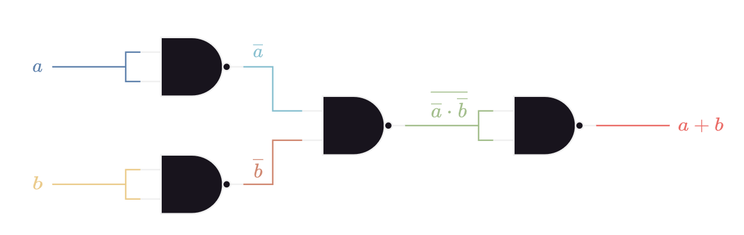
Above: Year 2/Digital Design/.assets/lgates/orwnand.png in joejo-joestar/uni-codes (draw.io), before the change. Source tidied: cells renumbered, new cells last; positions are measured from the earlier drawing's top-left corner, leaving out a move shared by most shapes. The source it was exported from:
```xml
<mxGraphModel math="1">
  <root>
    <mxCell id="0" />
    <mxCell id="1" parent="0" />
    <mxCell id="2" value="$$&lt;br&gt;\overline {\overline&amp;nbsp;a \cdot \overline&amp;nbsp;b}&lt;br&gt;$$" style="text;html=1;align=center;verticalAlign=middle;strokeColor=none;fillColor=none;fontColor=#A3BE8C;" parent="1" vertex="1">
      <mxGeometry x="190" y="37" width="220" height="60" as="geometry" />
    </mxCell>
    <mxCell id="3" style="verticalLabelPosition=bottom;shadow=0;dashed=0;align=center;html=1;verticalAlign=top;shape=mxgraph.electrical.logic_gates.logic_gate;operation=and;negating=1;negSize=0.15;" parent="1" vertex="1">
      <mxGeometry x="200" y="60" width="70" height="40" as="geometry" />
    </mxCell>
    <mxCell id="4" value="$$&lt;br&gt;a&lt;br&gt;$$" style="text;html=1;align=center;verticalAlign=middle;strokeColor=none;fillColor=none;fontColor=#5E81AC;" parent="1" vertex="1">
      <mxGeometry y="10" width="40" height="60" as="geometry" />
    </mxCell>
    <mxCell id="5" style="edgeStyle=orthogonalEdgeStyle;rounded=0;orthogonalLoop=1;jettySize=auto;html=1;exitX=0;exitY=0.5;exitDx=0;exitDy=0;exitPerimeter=0;endArrow=none;endFill=0;strokeColor=#5E81AC;fontColor=#5E81AC;" parent="1" edge="1">
      <mxGeometry relative="1" as="geometry">
        <mxPoint x="80" y="40" as="sourcePoint" />
        <mxPoint x="30" y="40" as="targetPoint" />
      </mxGeometry>
    </mxCell>
    <mxCell id="6" style="edgeStyle=orthogonalEdgeStyle;rounded=0;orthogonalLoop=1;jettySize=auto;html=1;exitX=1;exitY=0.5;exitDx=0;exitDy=0;exitPerimeter=0;endArrow=none;endFill=0;strokeColor=#A3BE8C;" parent="1" edge="1">
      <mxGeometry relative="1" as="geometry">
        <mxPoint x="270" y="80" as="sourcePoint" />
        <mxPoint x="320" y="80" as="targetPoint" />
      </mxGeometry>
    </mxCell>
    <mxCell id="7" value="$$&lt;br&gt;b&lt;br&gt;$$" style="text;html=1;align=center;verticalAlign=middle;strokeColor=none;fillColor=none;fontColor=#EBCB8B;" parent="1" vertex="1">
      <mxGeometry y="90" width="40" height="60" as="geometry" />
    </mxCell>
    <mxCell id="8" style="edgeStyle=orthogonalEdgeStyle;rounded=0;orthogonalLoop=1;jettySize=auto;html=1;exitX=0;exitY=0.5;exitDx=0;exitDy=0;exitPerimeter=0;endArrow=none;endFill=0;strokeColor=#EBCB8B;fontColor=#EBCB8B;" parent="1" edge="1">
      <mxGeometry relative="1" as="geometry">
        <mxPoint x="80" y="120" as="sourcePoint" />
        <mxPoint x="30" y="120" as="targetPoint" />
      </mxGeometry>
    </mxCell>
    <mxCell id="9" style="verticalLabelPosition=bottom;shadow=0;dashed=0;align=center;html=1;verticalAlign=top;shape=mxgraph.electrical.logic_gates.logic_gate;operation=and;negating=1;negSize=0.15;" parent="1" vertex="1">
      <mxGeometry x="330" y="60" width="70" height="40" as="geometry" />
    </mxCell>
    <mxCell id="10" style="edgeStyle=orthogonalEdgeStyle;rounded=0;orthogonalLoop=1;jettySize=auto;html=1;exitX=0;exitY=0.25;exitDx=0;exitDy=0;exitPerimeter=0;endArrow=none;endFill=0;strokeColor=#A3BE8C;fontColor=#5E81AC;entryX=0;entryY=0.75;entryDx=0;entryDy=0;entryPerimeter=0;" parent="1" edge="1" source="9" target="9">
      <mxGeometry relative="1" as="geometry">
        <Array as="points">
          <mxPoint x="320" y="70" />
          <mxPoint x="320" y="90" />
        </Array>
      </mxGeometry>
    </mxCell>
    <mxCell id="11" style="edgeStyle=orthogonalEdgeStyle;rounded=0;orthogonalLoop=1;jettySize=auto;html=1;exitX=1;exitY=0.5;exitDx=0;exitDy=0;exitPerimeter=0;endArrow=none;endFill=0;strokeColor=#EA6B66;" parent="1" edge="1">
      <mxGeometry relative="1" as="geometry">
        <mxPoint x="400" y="80" as="sourcePoint" />
        <mxPoint x="450" y="80" as="targetPoint" />
      </mxGeometry>
    </mxCell>
    <mxCell id="12" value="$$&lt;br&gt;a + b&lt;br&gt;$$" style="text;html=1;align=center;verticalAlign=middle;strokeColor=none;fillColor=none;fontColor=#EA6B66;" parent="1" vertex="1">
      <mxGeometry x="446" y="50" width="50" height="60" as="geometry" />
    </mxCell>
    <mxCell id="13" style="verticalLabelPosition=bottom;shadow=0;dashed=0;align=center;html=1;verticalAlign=top;shape=mxgraph.electrical.logic_gates.logic_gate;operation=and;negating=1;negSize=0.15;" parent="1" vertex="1">
      <mxGeometry x="90" y="100" width="70" height="40" as="geometry" />
    </mxCell>
    <mxCell id="14" style="edgeStyle=orthogonalEdgeStyle;rounded=0;orthogonalLoop=1;jettySize=auto;html=1;exitX=0;exitY=0.25;exitDx=0;exitDy=0;exitPerimeter=0;endArrow=none;endFill=0;strokeColor=#EBCB8B;fontColor=#5E81AC;entryX=0;entryY=0.75;entryDx=0;entryDy=0;entryPerimeter=0;" parent="1" edge="1" source="13" target="13">
      <mxGeometry relative="1" as="geometry">
        <Array as="points">
          <mxPoint x="80" y="110" />
          <mxPoint x="80" y="130" />
        </Array>
      </mxGeometry>
    </mxCell>
    <mxCell id="15" style="verticalLabelPosition=bottom;shadow=0;dashed=0;align=center;html=1;verticalAlign=top;shape=mxgraph.electrical.logic_gates.logic_gate;operation=and;negating=1;negSize=0.15;" parent="1" vertex="1">
      <mxGeometry x="90" y="20" width="70" height="40" as="geometry" />
    </mxCell>
    <mxCell id="16" style="edgeStyle=orthogonalEdgeStyle;rounded=0;orthogonalLoop=1;jettySize=auto;html=1;exitX=0;exitY=0.25;exitDx=0;exitDy=0;exitPerimeter=0;endArrow=none;endFill=0;strokeColor=#5E81AC;fontColor=#5E81AC;entryX=0;entryY=0.75;entryDx=0;entryDy=0;entryPerimeter=0;" parent="1" edge="1" source="15" target="15">
      <mxGeometry relative="1" as="geometry">
        <Array as="points">
          <mxPoint x="80" y="30" />
          <mxPoint x="80" y="50" />
        </Array>
      </mxGeometry>
    </mxCell>
    <mxCell id="17" style="edgeStyle=orthogonalEdgeStyle;rounded=0;jettySize=auto;html=1;exitX=1;exitY=0.5;exitDx=0;exitDy=0;exitPerimeter=0;entryX=0;entryY=0.25;entryDx=0;entryDy=0;entryPerimeter=0;endArrow=none;endFill=0;strokeColor=#88C0D0;" parent="1" edge="1" source="15" target="3">
      <mxGeometry relative="1" as="geometry" />
    </mxCell>
    <mxCell id="18" style="edgeStyle=orthogonalEdgeStyle;rounded=0;jettySize=auto;html=1;exitX=1;exitY=0.5;exitDx=0;exitDy=0;exitPerimeter=0;entryX=0;entryY=0.75;entryDx=0;entryDy=0;entryPerimeter=0;endArrow=none;endFill=0;strokeColor=#D08770;" parent="1" edge="1" source="13" target="3">
      <mxGeometry relative="1" as="geometry" />
    </mxCell>
    <mxCell id="19" value="$$&lt;br&gt;\overline a&lt;br&gt;$$" style="text;html=1;align=center;verticalAlign=middle;strokeColor=none;fillColor=none;fontColor=#88C0D0;" parent="1" vertex="1">
      <mxGeometry x="130" width="80" height="60" as="geometry" />
    </mxCell>
    <mxCell id="20" value="$$&lt;br&gt;\overline b&lt;br&gt;$$" style="text;html=1;align=center;verticalAlign=middle;strokeColor=none;fillColor=none;fontColor=#D08770;" parent="1" vertex="1">
      <mxGeometry x="130" y="80" width="80" height="60" as="geometry" />
    </mxCell>
  </root>
</mxGraphModel>
```
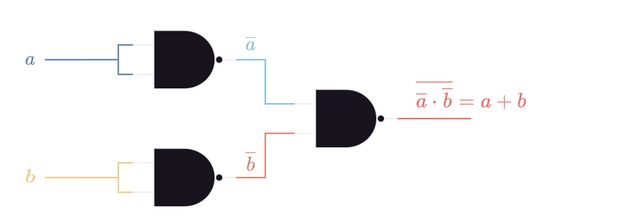
Later version of the same file.

Change to the diagram source:
```diff
@@ -2,8 +2,8 @@
   <root>
     <mxCell id="0" />
     <mxCell id="1" parent="0" />
-    <mxCell id="2" value="$$&lt;br&gt;\overline {\overline&amp;nbsp;a \cdot \overline&amp;nbsp;b}&lt;br&gt;$$" style="text;html=1;align=center;verticalAlign=middle;strokeColor=none;fillColor=none;fontColor=#A3BE8C;" parent="1" vertex="1">
-      <mxGeometry x="190" y="37" width="220" height="60" as="geometry" />
+    <mxCell id="2" value="$$&lt;br&gt;\overline {\overline&amp;nbsp;a \cdot \overline&amp;nbsp;b} &lt;br&gt;= a + b&lt;br&gt;$$" style="text;html=1;align=center;verticalAlign=middle;strokeColor=none;fillColor=none;fontColor=#EA6B66;" parent="1" vertex="1">
+      <mxGeometry x="210" y="30" width="220" height="70" as="geometry" />
     </mxCell>
     <mxCell id="3" style="verticalLabelPosition=bottom;shadow=0;dashed=0;align=center;html=1;verticalAlign=top;shape=mxgraph.electrical.logic_gates.logic_gate;operation=and;negating=1;negSize=0.15;" parent="1" vertex="1">
       <mxGeometry x="200" y="60" width="70" height="40" as="geometry" />
@@ -17,74 +17,54 @@
         <mxPoint x="30" y="40" as="targetPoint" />
       </mxGeometry>
     </mxCell>
-    <mxCell id="6" style="edgeStyle=orthogonalEdgeStyle;rounded=0;orthogonalLoop=1;jettySize=auto;html=1;exitX=1;exitY=0.5;exitDx=0;exitDy=0;exitPerimeter=0;endArrow=none;endFill=0;strokeColor=#A3BE8C;" parent="1" edge="1">
-      <mxGeometry relative="1" as="geometry">
-        <mxPoint x="270" y="80" as="sourcePoint" />
-        <mxPoint x="320" y="80" as="targetPoint" />
-      </mxGeometry>
+    <mxCell id="6" value="$$&lt;br&gt;b&lt;br&gt;$$" style="text;html=1;align=center;verticalAlign=middle;strokeColor=none;fillColor=none;fontColor=#EBCB8B;" parent="1" vertex="1">
+      <mxGeometry y="90" width="40" height="60" as="geometry" />
     </mxCell>
-    <mxCell id="7" value="$$&lt;br&gt;b&lt;br&gt;$$" style="text;html=1;align=center;verticalAlign=middle;strokeColor=none;fillColor=none;fontColor=#EBCB8B;" parent="1" vertex="1">
-      <mxGeometry y="90" width="40" height="60" as="geometry" />
+    <mxCell id="7" style="edgeStyle=orthogonalEdgeStyle;rounded=0;orthogonalLoop=1;jettySize=auto;html=1;exitX=0;exitY=0.5;exitDx=0;exitDy=0;exitPerimeter=0;endArrow=none;endFill=0;strokeColor=#EBCB8B;fontColor=#EBCB8B;" parent="1" edge="1">
+      <mxGeometry relative="1" as="geometry">
+        <mxPoint x="80" y="120" as="sourcePoint" />
+        <mxPoint x="30" y="120" as="targetPoint" />
+      </mxGeometry>
     </mxCell>
-    <mxCell id="8" style="edgeStyle=orthogonalEdgeStyle;rounded=0;orthogonalLoop=1;jettySize=auto;html=1;exitX=0;exitY=0.5;exitDx=0;exitDy=0;exitPerimeter=0;endArrow=none;endFill=0;strokeColor=#EBCB8B;fontColor=#EBCB8B;" parent="1" edge="1">
+    <mxCell id="8" style="edgeStyle=orthogonalEdgeStyle;rounded=0;orthogonalLoop=1;jettySize=auto;html=1;exitX=1;exitY=0.5;exitDx=0;exitDy=0;exitPerimeter=0;endArrow=none;endFill=0;strokeColor=#EA6B66;" parent="1" edge="1">
       <mxGeometry relative="1" as="geometry">
-        <mxPoint x="80" y="120" as="sourcePoint" />
-        <mxPoint x="30" y="120" as="targetPoint" />
+        <mxPoint x="270" y="80" as="sourcePoint" />
+        <mxPoint x="320" y="80" as="targetPoint" />
       </mxGeometry>
     </mxCell>
     <mxCell id="9" style="verticalLabelPosition=bottom;shadow=0;dashed=0;align=center;html=1;verticalAlign=top;shape=mxgraph.electrical.logic_gates.logic_gate;operation=and;negating=1;negSize=0.15;" parent="1" vertex="1">
-      <mxGeometry x="330" y="60" width="70" height="40" as="geometry" />
+      <mxGeometry x="90" y="100" width="70" height="40" as="geometry" />
     </mxCell>
-    <mxCell id="10" style="edgeStyle=orthogonalEdgeStyle;rounded=0;orthogonalLoop=1;jettySize=auto;html=1;exitX=0;exitY=0.25;exitDx=0;exitDy=0;exitPerimeter=0;endArrow=none;endFill=0;strokeColor=#A3BE8C;fontColor=#5E81AC;entryX=0;entryY=0.75;entryDx=0;entryDy=0;entryPerimeter=0;" parent="1" edge="1" source="9" target="9">
+    <mxCell id="10" style="edgeStyle=orthogonalEdgeStyle;rounded=0;orthogonalLoop=1;jettySize=auto;html=1;exitX=0;exitY=0.25;exitDx=0;exitDy=0;exitPerimeter=0;endArrow=none;endFill=0;strokeColor=#EBCB8B;fontColor=#5E81AC;entryX=0;entryY=0.75;entryDx=0;entryDy=0;entryPerimeter=0;" parent="1" edge="1" source="9" target="9">
       <mxGeometry relative="1" as="geometry">
         <Array as="points">
-          <mxPoint x="320" y="70" />
-          <mxPoint x="320" y="90" />
+          <mxPoint x="80" y="110" />
+          <mxPoint x="80" y="130" />
         </Array>
       </mxGeometry>
     </mxCell>
-    <mxCell id="11" style="edgeStyle=orthogonalEdgeStyle;rounded=0;orthogonalLoop=1;jettySize=auto;html=1;exitX=1;exitY=0.5;exitDx=0;exitDy=0;exitPerimeter=0;endArrow=none;endFill=0;strokeColor=#EA6B66;" parent="1" edge="1">
-      <mxGeometry relative="1" as="geometry">
-        <mxPoint x="400" y="80" as="sourcePoint" />
-        <mxPoint x="450" y="80" as="targetPoint" />
-      </mxGeometry>
+    <mxCell id="11" style="verticalLabelPosition=bottom;shadow=0;dashed=0;align=center;html=1;verticalAlign=top;shape=mxgraph.electrical.logic_gates.logic_gate;operation=and;negating=1;negSize=0.15;" parent="1" vertex="1">
+      <mxGeometry x="90" y="20" width="70" height="40" as="geometry" />
     </mxCell>
-    <mxCell id="12" value="$$&lt;br&gt;a + b&lt;br&gt;$$" style="text;html=1;align=center;verticalAlign=middle;strokeColor=none;fillColor=none;fontColor=#EA6B66;" parent="1" vertex="1">
-      <mxGeometry x="446" y="50" width="50" height="60" as="geometry" />
+    <mxCell id="12" style="edgeStyle=orthogonalEdgeStyle;rounded=0;orthogonalLoop=1;jettySize=auto;html=1;exitX=0;exitY=0.25;exitDx=0;exitDy=0;exitPerimeter=0;endArrow=none;endFill=0;strokeColor=#5E81AC;fontColor=#5E81AC;entryX=0;entryY=0.75;entryDx=0;entryDy=0;entryPerimeter=0;" parent="1" edge="1" source="11" target="11">
+      <mxGeometry relative="1" as="geometry">
+        <Array as="points">
+          <mxPoint x="80" y="30" />
+          <mxPoint x="80" y="50" />
+        </Array>
+      </mxGeometry>
     </mxCell>
-    <mxCell id="13" style="verticalLabelPosition=bottom;shadow=0;dashed=0;align=center;html=1;verticalAlign=top;shape=mxgraph.electrical.logic_gates.logic_gate;operation=and;negating=1;negSize=0.15;" parent="1" vertex="1">
-      <mxGeometry x="90" y="100" width="70" height="40" as="geometry" />
+    <mxCell id="13" style="edgeStyle=orthogonalEdgeStyle;rounded=0;jettySize=auto;html=1;exitX=1;exitY=0.5;exitDx=0;exitDy=0;exitPerimeter=0;entryX=0;entryY=0.25;entryDx=0;entryDy=0;entryPerimeter=0;endArrow=none;endFill=0;strokeColor=#88C0D0;" parent="1" edge="1" source="11" target="3">
+      <mxGeometry relative="1" as="geometry" />
     </mxCell>
-    <mxCell id="14" style="edgeStyle=orthogonalEdgeStyle;rounded=0;orthogonalLoop=1;jettySize=auto;html=1;exitX=0;exitY=0.25;exitDx=0;exitDy=0;exitPerimeter=0;endArrow=none;endFill=0;strokeColor=#EBCB8B;fontColor=#5E81AC;entryX=0;entryY=0.75;entryDx=0;entryDy=0;entryPerimeter=0;" parent="1" edge="1" source="13" target="13">
-      <mxGeometry relative="1" as="geometry">
-        <Array as="points">
-          <mxPoint x="80" y="110" />
-          <mxPoint x="80" y="130" />
-        </Array>
-      </mxGeometry>
+    <mxCell id="14" style="edgeStyle=orthogonalEdgeStyle;rounded=0;jettySize=auto;html=1;exitX=1;exitY=0.5;exitDx=0;exitDy=0;exitPerimeter=0;entryX=0;entryY=0.75;entryDx=0;entryDy=0;entryPerimeter=0;endArrow=none;endFill=0;strokeColor=#D08770;" parent="1" edge="1" source="9" target="3">
+      <mxGeometry relative="1" as="geometry" />
     </mxCell>
-    <mxCell id="15" style="verticalLabelPosition=bottom;shadow=0;dashed=0;align=center;html=1;verticalAlign=top;shape=mxgraph.electrical.logic_gates.logic_gate;operation=and;negating=1;negSize=0.15;" parent="1" vertex="1">
-      <mxGeometry x="90" y="20" width="70" height="40" as="geometry" />
+    <mxCell id="15" value="$$&lt;br&gt;\overline a&lt;br&gt;$$" style="text;html=1;align=center;verticalAlign=middle;points=[];strokeColor=none;fillColor=none;fontColor=#88C0D0;" parent="1" vertex="1">
+      <mxGeometry x="130" width="80" height="60" as="geometry" />
     </mxCell>
-    <mxCell id="16" style="edgeStyle=orthogonalEdgeStyle;rounded=0;orthogonalLoop=1;jettySize=auto;html=1;exitX=0;exitY=0.25;exitDx=0;exitDy=0;exitPerimeter=0;endArrow=none;endFill=0;strokeColor=#5E81AC;fontColor=#5E81AC;entryX=0;entryY=0.75;entryDx=0;entryDy=0;entryPerimeter=0;" parent="1" edge="1" source="15" target="15">
-      <mxGeometry relative="1" as="geometry">
-        <Array as="points">
-          <mxPoint x="80" y="30" />
-          <mxPoint x="80" y="50" />
-        </Array>
-      </mxGeometry>
+    <mxCell id="16" value="$$&lt;br&gt;\overline b&lt;br&gt;$$" style="text;html=1;align=center;verticalAlign=middle;strokeColor=none;fillColor=none;fontColor=#D08770;" parent="1" vertex="1">
+      <mxGeometry x="130" y="80" width="80" height="60" as="geometry" />
     </mxCell>
-    <mxCell id="17" style="edgeStyle=orthogonalEdgeStyle;rounded=0;jettySize=auto;html=1;exitX=1;exitY=0.5;exitDx=0;exitDy=0;exitPerimeter=0;entryX=0;entryY=0.25;entryDx=0;entryDy=0;entryPerimeter=0;endArrow=none;endFill=0;strokeColor=#88C0D0;" parent="1" edge="1" source="15" target="3">
-      <mxGeometry relative="1" as="geometry" />
-    </mxCell>
-    <mxCell id="18" style="edgeStyle=orthogonalEdgeStyle;rounded=0;jettySize=auto;html=1;exitX=1;exitY=0.5;exitDx=0;exitDy=0;exitPerimeter=0;entryX=0;entryY=0.75;entryDx=0;entryDy=0;entryPerimeter=0;endArrow=none;endFill=0;strokeColor=#D08770;" parent="1" edge="1" source="13" target="3">
-      <mxGeometry relative="1" as="geometry" />
-    </mxCell>
-    <mxCell id="19" value="$$&lt;br&gt;\overline a&lt;br&gt;$$" style="text;html=1;align=center;verticalAlign=middle;strokeColor=none;fillColor=none;fontColor=#88C0D0;" parent="1" vertex="1">
-      <mxGeometry x="130" width="80" height="60" as="geometry" />
-    </mxCell>
-    <mxCell id="20" value="$$&lt;br&gt;\overline b&lt;br&gt;$$" style="text;html=1;align=center;verticalAlign=middle;strokeColor=none;fillColor=none;fontColor=#D08770;" parent="1" vertex="1">
-      <mxGeometry x="130" y="80" width="80" height="60" as="geometry" />
-    </mxCell>
   </root>
 </mxGraphModel>
```
